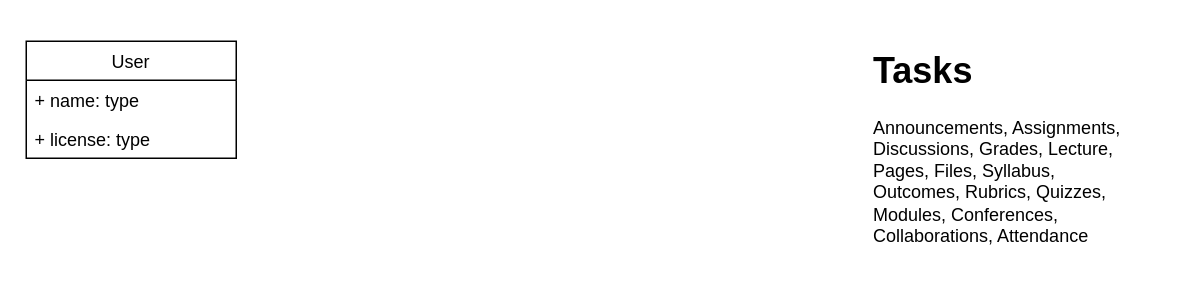
Everest4-0/Everest4.0-server keeps this draw.io diagram as page "Modelo dados" (1 of 4) of data/diagram.drawio. Above is the earlier version. Source tidied: cells renumbered, new cells numbered last; positions are measured from the earlier drawing's top-left corner, leaving out a move shared by most shapes. Both pictures are drawn from the tidied source at 150%, with x=0, y=0 at pixel (26, 40).
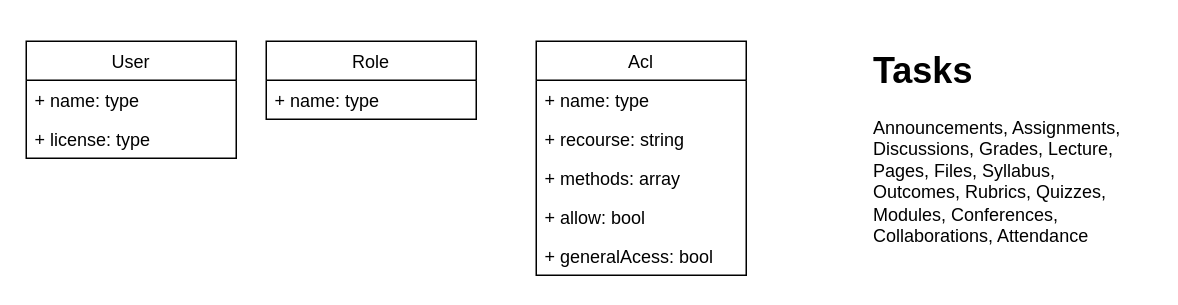
The same diagram, later.

Diff of the diagram source:
```diff
@@
 <mxGraphModel>
   <root>
     <mxCell id="0" />
     <mxCell id="1" parent="0" />
     <mxCell id="2" value="User" style="swimlane;fontStyle=0;horizontal=1;startSize=26;fillColor=none;" parent="1" vertex="1">
       <mxGeometry width="140" height="78" as="geometry" />
     </mxCell>
     <mxCell id="3" value="+ name: type" style="text;strokeColor=none;fillColor=none;align=left;verticalAlign=top;spacingLeft=4;spacingRight=4;overflow=hidden;" parent="2" vertex="1">
       <mxGeometry y="26" width="140" height="26" as="geometry" />
     </mxCell>
     <mxCell id="4" value="+ license: type" style="text;strokeColor=none;fillColor=none;align=left;verticalAlign=top;spacingLeft=4;spacingRight=4;overflow=hidden;" parent="2" vertex="1">
       <mxGeometry y="52" width="140" height="26" as="geometry" />
     </mxCell>
     <mxCell id="5" value="&lt;h1&gt;Tasks&lt;/h1&gt;&lt;p&gt;Announcements, Assignments, Discussions, Grades, Lecture, Pages, Files, Syllabus, Outcomes, Rubrics, Quizzes, Modules, Conferences, Collaborations, Attendance&lt;/p&gt;" style="text;html=1;strokeColor=none;fillColor=none;spacing=5;spacingTop=-20;whiteSpace=wrap;overflow=hidden;rounded=0;" parent="1" vertex="1">
       <mxGeometry x="560" width="190" height="150" as="geometry" />
     </mxCell>
+    <mxCell id="6" value="Acl" style="swimlane;fontStyle=0;horizontal=1;startSize=26;fillColor=none;" parent="1" vertex="1">
+      <mxGeometry x="340" width="140" height="156" as="geometry" />
+    </mxCell>
+    <mxCell id="7" value="+ name: type" style="text;strokeColor=none;fillColor=none;align=left;verticalAlign=top;spacingLeft=4;spacingRight=4;overflow=hidden;" parent="6" vertex="1">
+      <mxGeometry y="26" width="140" height="26" as="geometry" />
+    </mxCell>
+    <mxCell id="8" value="+ recourse: string" style="text;strokeColor=none;fillColor=none;align=left;verticalAlign=top;spacingLeft=4;spacingRight=4;overflow=hidden;" parent="6" vertex="1">
+      <mxGeometry y="52" width="140" height="26" as="geometry" />
+    </mxCell>
+    <mxCell id="9" value="+ methods: array" style="text;strokeColor=none;fillColor=none;align=left;verticalAlign=top;spacingLeft=4;spacingRight=4;overflow=hidden;" parent="6" vertex="1">
+      <mxGeometry y="78" width="140" height="26" as="geometry" />
+    </mxCell>
+    <mxCell id="10" value="+ allow: bool" style="text;strokeColor=none;fillColor=none;align=left;verticalAlign=top;spacingLeft=4;spacingRight=4;overflow=hidden;" parent="6" vertex="1">
+      <mxGeometry y="104" width="140" height="26" as="geometry" />
+    </mxCell>
+    <mxCell id="11" value="+ generalAcess: bool" style="text;strokeColor=none;fillColor=none;align=left;verticalAlign=top;spacingLeft=4;spacingRight=4;overflow=hidden;" parent="6" vertex="1">
+      <mxGeometry y="130" width="140" height="26" as="geometry" />
+    </mxCell>
+    <mxCell id="12" value="Role" style="swimlane;fontStyle=0;horizontal=1;startSize=26;fillColor=none;" parent="1" vertex="1">
+      <mxGeometry x="160" width="140" height="52" as="geometry" />
+    </mxCell>
+    <mxCell id="13" value="+ name: type" style="text;strokeColor=none;fillColor=none;align=left;verticalAlign=top;spacingLeft=4;spacingRight=4;overflow=hidden;" parent="12" vertex="1">
+      <mxGeometry y="26" width="140" height="26" as="geometry" />
+    </mxCell>
   </root>
 </mxGraphModel>
```
